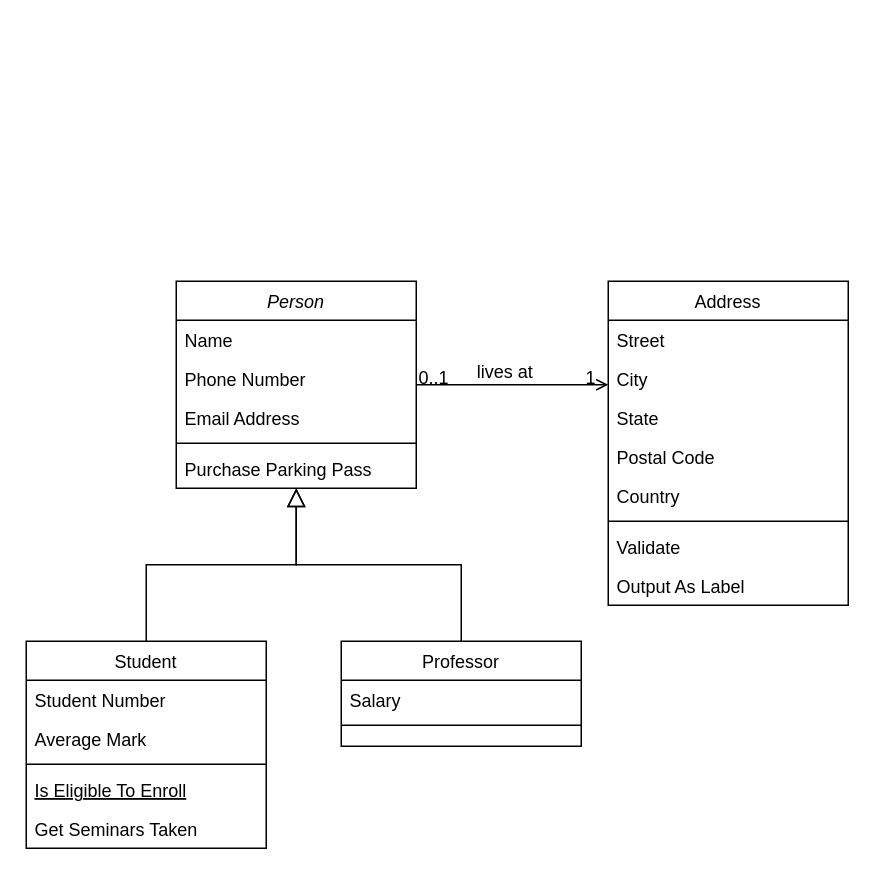
Earlier version of the draw.io diagram class diagram/Untitled Diagram.drawio (MarshelArd/Basdat). Source tidied: cells renumbered, new cells numbered last; positions are measured from the earlier drawing's top-left corner, leaving out a move shared by most shapes. Both pictures are drawn from the tidied source at 150%, with x=0, y=0 at pixel (26, 280).
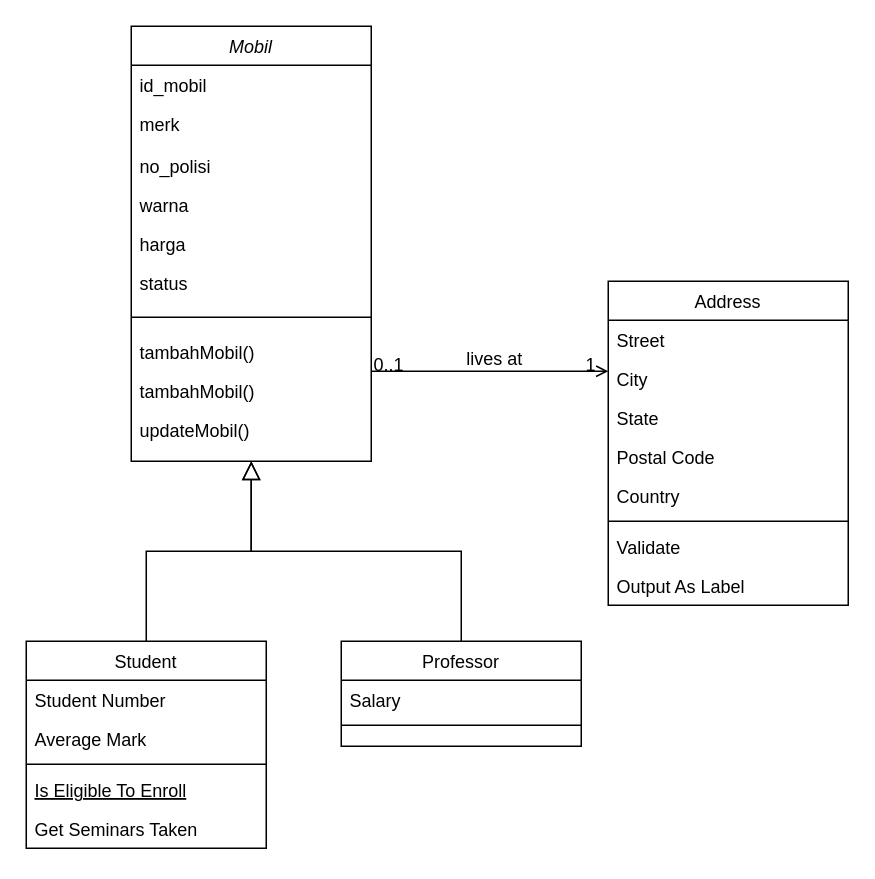
After the change.

What changed in the source:
```diff
@@
-    <mxCell id="2" value="Person" style="swimlane;fontStyle=2;align=center;verticalAlign=top;horizontal=1;startSize=26;rounded=0;shadow=0;strokeWidth=1;" parent="1" vertex="1">
-      <mxGeometry x="100" width="160" height="138" as="geometry" />
+    <mxCell id="2" value="Mobil" style="swimlane;fontStyle=2;align=center;verticalAlign=top;horizontal=1;startSize=26;rounded=0;shadow=0;strokeWidth=1;" parent="1" vertex="1">
+      <mxGeometry x="70" y="-170" width="160" height="290" as="geometry" />
     </mxCell>
-    <mxCell id="3" value="Name" style="text;align=left;verticalAlign=top;spacingLeft=4;spacingRight=4;overflow=hidden;" parent="2" vertex="1">
+    <mxCell id="3" value="id_mobil" style="text;align=left;verticalAlign=top;spacingLeft=4;spacingRight=4;overflow=hidden;" parent="2" vertex="1">
       <mxGeometry y="26" width="160" height="26" as="geometry" />
     </mxCell>
-    <mxCell id="4" value="Phone Number" style="text;align=left;verticalAlign=top;spacingLeft=4;spacingRight=4;overflow=hidden;rounded=0;shadow=0;html=0;" parent="2" vertex="1">
-      <mxGeometry y="52" width="160" height="26" as="geometry" />
+    <mxCell id="4" value="merk" style="text;align=left;verticalAlign=top;spacingLeft=4;spacingRight=4;overflow=hidden;rounded=0;shadow=0;html=0;" parent="2" vertex="1">
+      <mxGeometry y="52" width="160" height="28" as="geometry" />
     </mxCell>
-    <mxCell id="5" value="Email Address" style="text;align=left;verticalAlign=top;spacingLeft=4;spacingRight=4;overflow=hidden;rounded=0;shadow=0;html=0;" parent="2" vertex="1">
-      <mxGeometry y="78" width="160" height="26" as="geometry" />
+    <mxCell id="5" value="no_polisi" style="text;align=left;verticalAlign=top;spacingLeft=4;spacingRight=4;overflow=hidden;rounded=0;shadow=0;html=0;" parent="2" vertex="1">
+      <mxGeometry y="80" width="160" height="26" as="geometry" />
     </mxCell>
+    <mxCell id="32" value="warna" style="text;align=left;verticalAlign=top;spacingLeft=4;spacingRight=4;overflow=hidden;rounded=0;shadow=0;html=0;" parent="2" vertex="1">
+      <mxGeometry y="106" width="160" height="26" as="geometry" />
+    </mxCell>
+    <mxCell id="33" value="harga" style="text;align=left;verticalAlign=top;spacingLeft=4;spacingRight=4;overflow=hidden;rounded=0;shadow=0;html=0;" parent="2" vertex="1">
+      <mxGeometry y="132" width="160" height="26" as="geometry" />
+    </mxCell>
+    <mxCell id="34" value="status" style="text;align=left;verticalAlign=top;spacingLeft=4;spacingRight=4;overflow=hidden;rounded=0;shadow=0;html=0;" parent="2" vertex="1">
+      <mxGeometry y="158" width="160" height="26" as="geometry" />
+    </mxCell>
     <mxCell id="6" style="line;html=1;strokeWidth=1;align=left;verticalAlign=middle;spacingTop=-1;spacingLeft=3;spacingRight=3;labelPosition=right;" parent="2" vertex="1">
-      <mxGeometry y="104" width="160" height="8" as="geometry" />
+      <mxGeometry y="184" width="160" height="20" as="geometry" />
     </mxCell>
-    <mxCell id="7" value="Purchase Parking Pass" style="text;align=left;verticalAlign=top;spacingLeft=4;spacingRight=4;overflow=hidden;" parent="2" vertex="1">
-      <mxGeometry y="112" width="160" height="26" as="geometry" />
+    <mxCell id="7" value="tambahMobil()" style="text;align=left;verticalAlign=top;spacingLeft=4;spacingRight=4;overflow=hidden;" parent="2" vertex="1">
+      <mxGeometry y="204" width="160" height="26" as="geometry" />
     </mxCell>
+    <mxCell id="35" value="tambahMobil()" style="text;align=left;verticalAlign=top;spacingLeft=4;spacingRight=4;overflow=hidden;" parent="2" vertex="1">
+      <mxGeometry y="230" width="160" height="26" as="geometry" />
+    </mxCell>
+    <mxCell id="36" value="updateMobil()" style="text;align=left;verticalAlign=top;spacingLeft=4;spacingRight=4;overflow=hidden;" parent="2" vertex="1">
+      <mxGeometry y="256" width="160" height="26" as="geometry" />
+    </mxCell>
```
